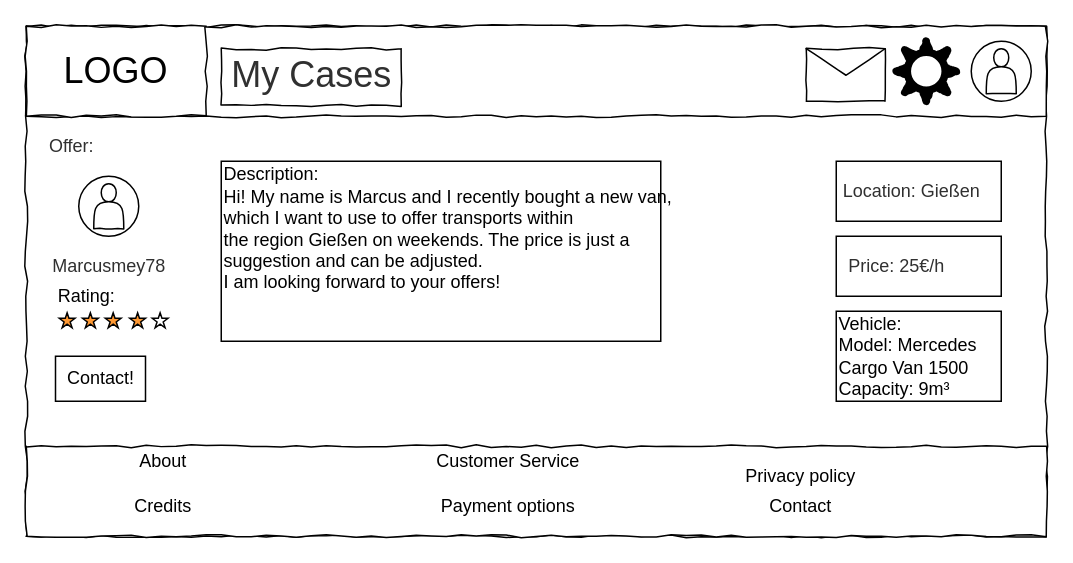
The draw.io diagram models/Wireframes/casescreen.drawio in jakb27/myCargonaut, before the edit. Source tidied: cells renumbered, new cells numbered last; positions are measured from the earlier drawing's top-left corner, leaving out a move shared by most shapes. Both pictures are drawn from the tidied source at 150%, with x=0, y=0 at pixel (26, 26). Pictures stored in the file or linked from it are replaced by grey dashed boxes.
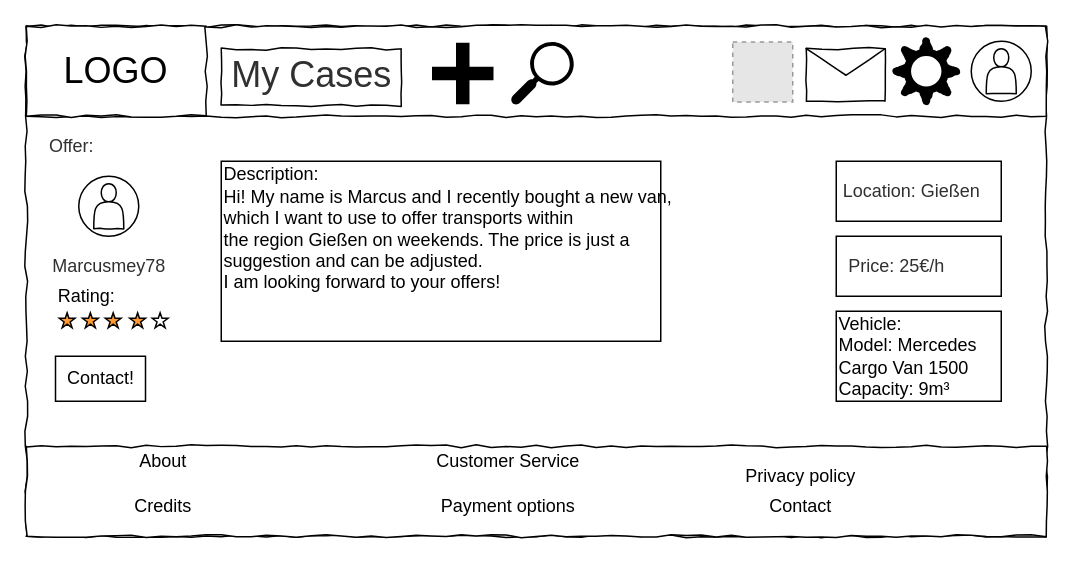
The same page after the edit.

Change to the diagram source:
```diff
@@
+    <mxCell id="36" style="shape=cross;whiteSpace=wrap;html=1;fillColor=#000000;" parent="1" vertex="1">
+      <mxGeometry x="271" y="11.5" width="40" height="40" as="geometry" />
+    </mxCell>
+    <mxCell id="37" style="sketch=0;shadow=0;dashed=0;html=1;strokeColor=none;fillColor=#000000;labelPosition=center;verticalLabelPosition=bottom;verticalAlign=top;align=center;shape=mxgraph.office.concepts.search;comic=0;" parent="1" vertex="1">
+      <mxGeometry x="323" y="10.5" width="42" height="42" as="geometry" />
+    </mxCell>
+    <mxCell id="38" style="fillColor=#E6E6E6;strokeColor=#999999;dashed=1;html=1;verticalAlign=top;verticalLabelPosition=bottom;labelBackgroundColor=#ffffff;" parent="1" vertex="1">
+      <mxGeometry x="471" y="10.5" width="40" height="40" as="geometry" />
+    </mxCell>
```
